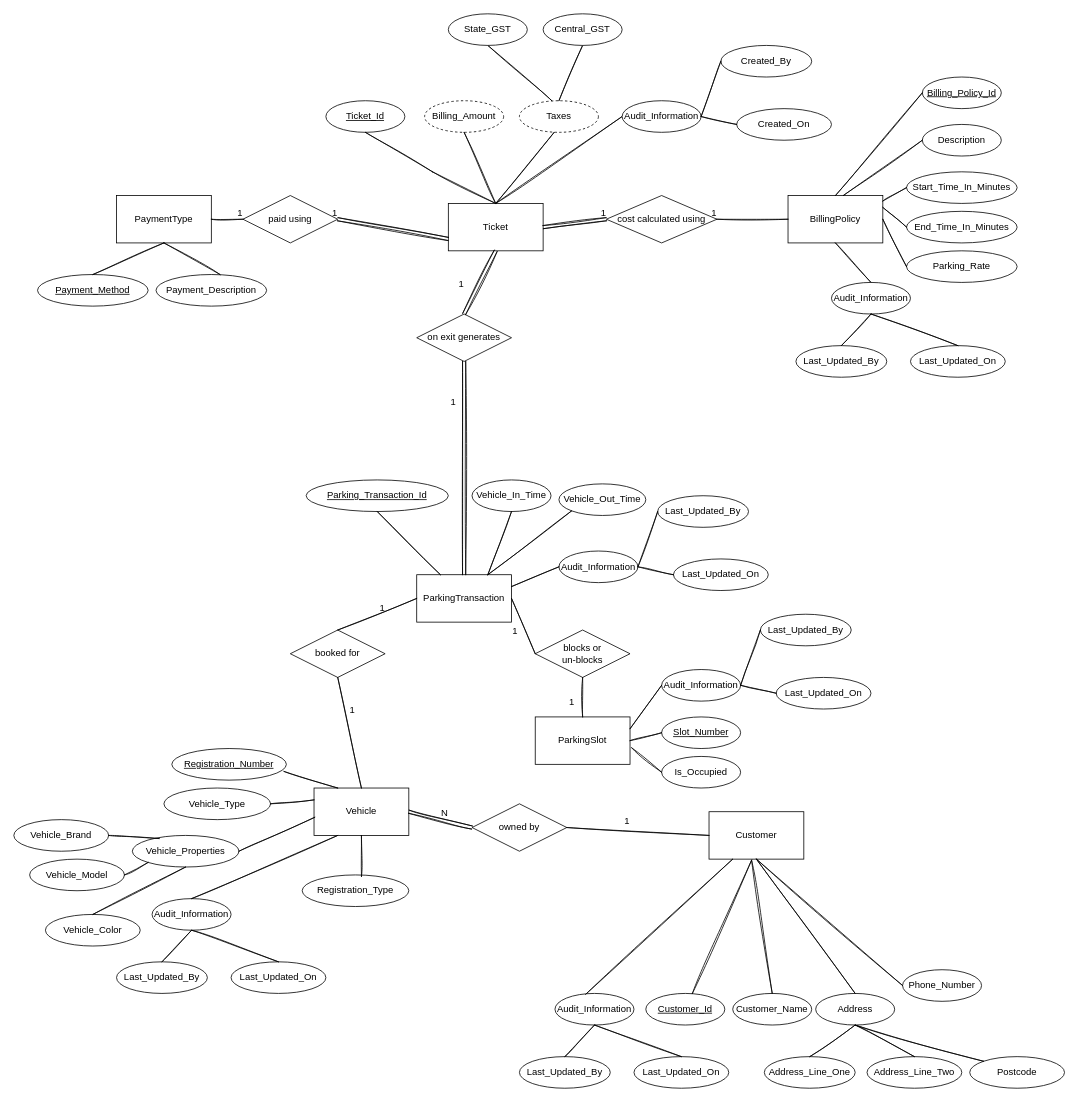
Above: page "ER Diagram" (3 of 5) of Parking.drawio in suhasark/bits-mtech-work (draw.io), before the change. Source tidied: cells renumbered, new cells numbered last; positions are measured from the earlier drawing's top-left corner, leaving out a move shared by most shapes. Both pictures are drawn from the tidied source at 79%, with x=0, y=0 at pixel (13, 13).
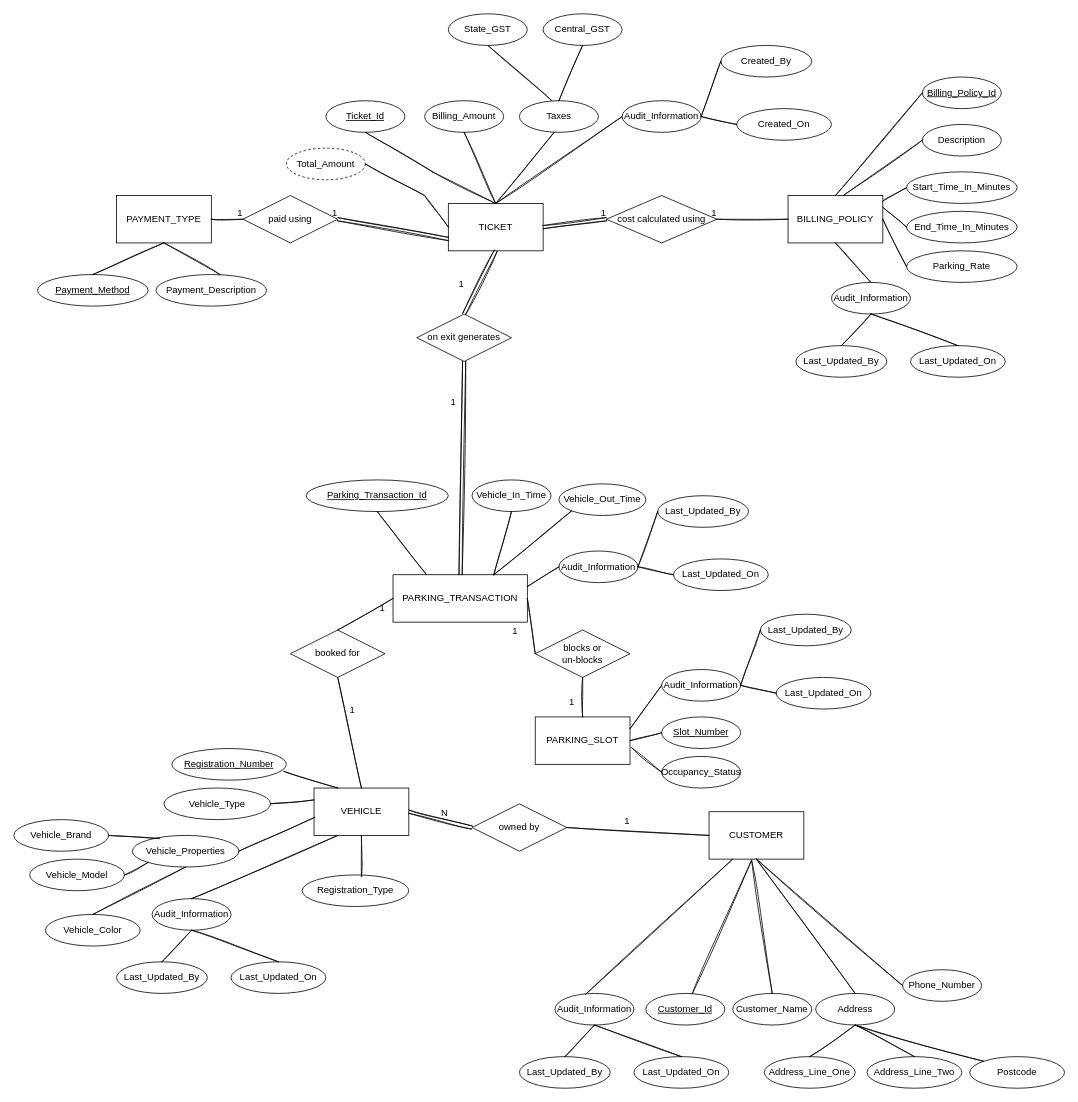
Above is the later version.

The edit, as a diff of the source:
```diff
@@
-    <mxCell id="2" value="ParkingSlot" style="rounded=0;whiteSpace=wrap;html=1;" parent="1" vertex="1">
+    <mxCell id="2" value="PARKING_SLOT" style="rounded=0;whiteSpace=wrap;html=1;" parent="1" vertex="1">
       <mxGeometry x="660" y="890" width="120" height="60" as="geometry" />
     </mxCell>
-    <mxCell id="3" value="Vehicle" style="rounded=0;whiteSpace=wrap;html=1;" parent="1" vertex="1">
+    <mxCell id="3" value="VEHICLE" style="rounded=0;whiteSpace=wrap;html=1;" parent="1" vertex="1">
       <mxGeometry x="380" y="980" width="120" height="60" as="geometry" />
     </mxCell>
-    <mxCell id="4" value="Ticket" style="rounded=0;whiteSpace=wrap;html=1;" parent="1" vertex="1">
+    <mxCell id="4" value="TICKET" style="rounded=0;whiteSpace=wrap;html=1;" parent="1" vertex="1">
       <mxGeometry x="550" y="240" width="120" height="60" as="geometry" />
     </mxCell>
-    <mxCell id="5" value="BillingPolicy" style="rounded=0;whiteSpace=wrap;html=1;" parent="1" vertex="1">
+    <mxCell id="5" value="BILLING_POLICY" style="rounded=0;whiteSpace=wrap;html=1;" parent="1" vertex="1">
       <mxGeometry x="980" y="230" width="120" height="60" as="geometry" />
     </mxCell>
-    <mxCell id="6" value="ParkingTransaction" style="rounded=0;whiteSpace=wrap;html=1;" parent="1" vertex="1">
-      <mxGeometry x="510" y="710" width="120" height="60" as="geometry" />
+    <mxCell id="6" value="PARKING_TRANSACTION" style="rounded=0;whiteSpace=wrap;html=1;" parent="1" vertex="1">
+      <mxGeometry x="480" y="710" width="170" height="60" as="geometry" />
     </mxCell>
-    <mxCell id="7" value="PaymentType" style="rounded=0;whiteSpace=wrap;html=1;" parent="1" vertex="1">
+    <mxCell id="7" value="PAYMENT_TYPE" style="rounded=0;whiteSpace=wrap;html=1;" parent="1" vertex="1">
       <mxGeometry x="130" y="230" width="120" height="60" as="geometry" />
     </mxCell>
-    <mxCell id="8" value="Customer" style="rounded=0;whiteSpace=wrap;html=1;" parent="1" vertex="1">
+    <mxCell id="8" value="CUSTOMER" style="rounded=0;whiteSpace=wrap;html=1;" parent="1" vertex="1">
       <mxGeometry x="880" y="1010" width="120" height="60" as="geometry" />
     </mxCell>
@@
-    <mxCell id="69" value="Billing_Amount" style="ellipse;whiteSpace=wrap;html=1;align=center;dashed=1;" parent="1" vertex="1">
+    <mxCell id="69" value="Billing_Amount" style="ellipse;whiteSpace=wrap;html=1;align=center;" parent="1" vertex="1">
       <mxGeometry x="520" y="110" width="100" height="40" as="geometry" />
     </mxCell>
-    <mxCell id="70" value="Taxes" style="ellipse;whiteSpace=wrap;html=1;align=center;dashed=1;" parent="1" vertex="1">
+    <mxCell id="70" value="Taxes" style="ellipse;whiteSpace=wrap;html=1;align=center;" parent="1" vertex="1">
       <mxGeometry x="640" y="110" width="100" height="40" as="geometry" />
     </mxCell>
@@
-    <mxCell id="124" value="Is_Occupied" style="ellipse;whiteSpace=wrap;html=1;align=center;" parent="1" vertex="1">
+    <mxCell id="124" value="Occupancy_Status" style="ellipse;whiteSpace=wrap;html=1;align=center;" parent="1" vertex="1">
       <mxGeometry x="820" y="940" width="100" height="40" as="geometry" />
     </mxCell>
@@
+    <mxCell id="147" value="Total_Amount" style="ellipse;whiteSpace=wrap;html=1;align=center;dashed=1;" parent="1" vertex="1">
+      <mxGeometry x="345" y="170" width="100" height="40" as="geometry" />
+    </mxCell>
+    <mxCell id="148" style="endArrow=none;html=1;rounded=0;sketch=1;strokeColor=default;entryX=0;entryY=0.5;entryDx=0;entryDy=0;exitX=1;exitY=0.5;exitDx=0;exitDy=0;" parent="1" edge="1" source="147" target="4">
+      <mxGeometry relative="1" as="geometry">
+        <Array as="points">
+          <mxPoint x="520" y="230" />
+        </Array>
+      </mxGeometry>
+    </mxCell>
```
